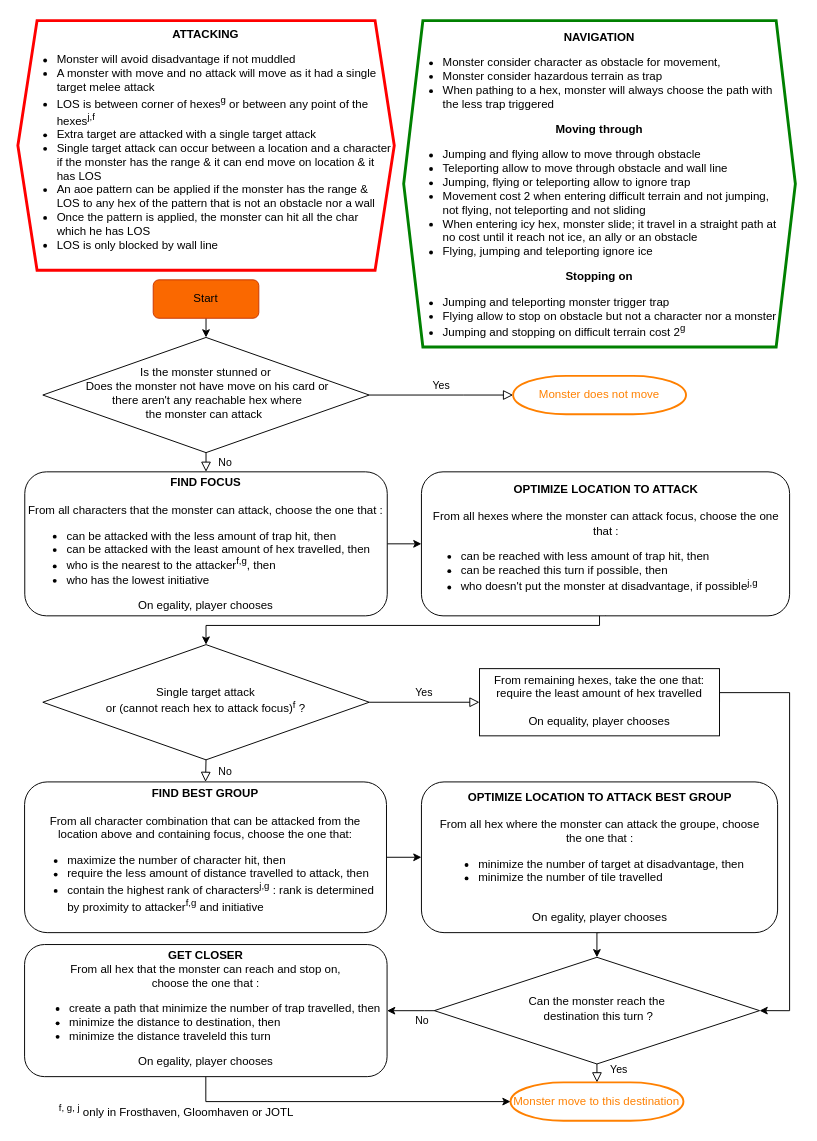
Above: GloomIA_Flowchart.drawio in Toucan4Life/gloom (draw.io), before the change. Source tidied: cells renumbered, new cells numbered last; positions are measured from the earlier drawing's top-left corner, leaving out a move shared by most shapes. Both pictures are drawn from the tidied source at 96%, with x=0, y=0 at pixel (17, 20).
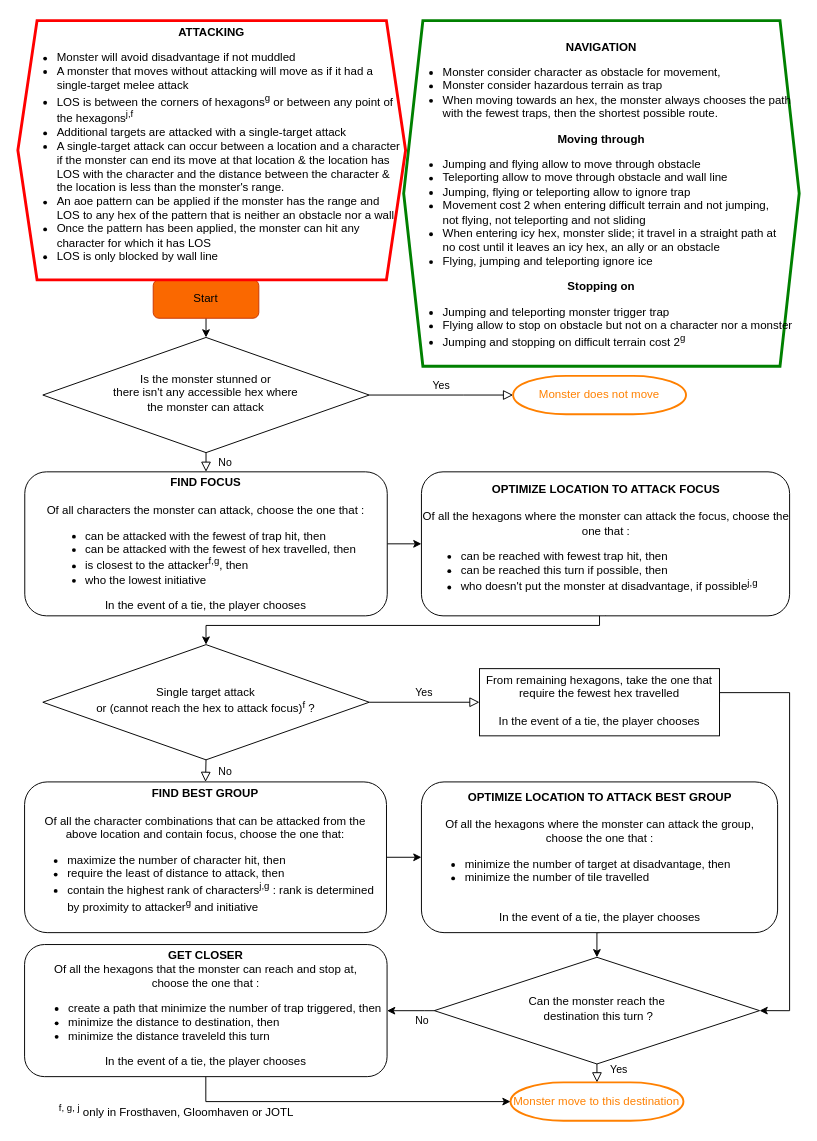
The same diagram, later.

Commit message (it also covers changes not shown here):
Updated image, fixed typo and grammar (mostly)

The edit, as a diff of the source:
```diff
@@
-    <mxCell id="6" value="&lt;div&gt;Is the monster stunned or&lt;/div&gt;&lt;div&gt;&amp;nbsp;Does the monster not have move on his card or&lt;/div&gt;&lt;div&gt;&amp;nbsp;there aren't any reachable hex where &lt;br&gt;&lt;/div&gt;&lt;div&gt;the monster can attack&amp;nbsp; &lt;/div&gt;" style="rhombus;whiteSpace=wrap;html=1;shadow=0;fontFamily=Helvetica;fontSize=12;align=center;strokeWidth=1;spacing=6;spacingTop=-4;" parent="1" vertex="1">
+    <mxCell id="6" value="&lt;div&gt;Is the monster stunned or&lt;/div&gt;&lt;div&gt;&lt;div&gt;there isn't any accessible hex where&lt;/div&gt;&lt;div&gt;the monster can attack&lt;/div&gt;&lt;/div&gt;" style="rhombus;whiteSpace=wrap;html=1;shadow=0;fontFamily=Helvetica;fontSize=12;align=center;strokeWidth=1;spacing=6;spacingTop=-4;" parent="1" vertex="1">
       <mxGeometry x="26.1" y="330" width="340" height="120" as="geometry" />
     </mxCell>
@@
-    <mxCell id="9" value="&lt;div&gt;&lt;b&gt;FIND FOCUS&lt;/b&gt;&lt;br&gt;&lt;/div&gt;&lt;div&gt;&lt;br&gt;&lt;/div&gt;&lt;div&gt;From all characters that the monster can attack, choose the one that : &lt;br&gt;&lt;/div&gt;&lt;div align=&quot;left&quot;&gt;&lt;ul&gt;&lt;li&gt;can be attacked with the less amount of trap hit, then&lt;/li&gt;&lt;li&gt;can be attacked with the least amount of hex travelled, then&lt;/li&gt;&lt;li&gt;who is the nearest to the attacker&lt;sup&gt;f,g&lt;/sup&gt;, then&lt;/li&gt;&lt;li&gt;who has the lowest initiative&lt;/li&gt;&lt;/ul&gt;&lt;/div&gt;&lt;div&gt;On egality, player chooses&lt;br&gt;&lt;/div&gt;" style="rounded=1;whiteSpace=wrap;html=1;fontSize=12;glass=0;strokeWidth=1;shadow=0;" parent="1" vertex="1">
+    <mxCell id="9" value="&lt;div&gt;&lt;b&gt;FIND FOCUS&lt;/b&gt;&lt;br&gt;&lt;/div&gt;&lt;div&gt;&lt;br&gt;&lt;/div&gt;&lt;div&gt;Of all characters the monster can attack, choose the one that : &lt;br&gt;&lt;/div&gt;&lt;div align=&quot;left&quot;&gt;&lt;ul&gt;&lt;li&gt;can be attacked with the fewest of trap hit, then&lt;/li&gt;&lt;li&gt;can be attacked with the fewest of hex travelled, then&lt;/li&gt;&lt;li&gt;is closest to the attacker&lt;sup&gt;f,g&lt;/sup&gt;, then&lt;/li&gt;&lt;li&gt;who the lowest initiative&lt;/li&gt;&lt;/ul&gt;&lt;/div&gt;&lt;div&gt;In the event of a tie, the player chooses&lt;br&gt;&lt;/div&gt;" style="rounded=1;whiteSpace=wrap;html=1;fontSize=12;glass=0;strokeWidth=1;shadow=0;" parent="1" vertex="1">
       <mxGeometry x="7.3" y="470" width="377.6" height="150" as="geometry" />
     </mxCell>
@@
-    <mxCell id="11" value="&lt;div&gt;&lt;b&gt;OPTIMIZE LOCATION TO ATTACK&lt;/b&gt;&lt;br&gt;&lt;/div&gt;&lt;div&gt;&lt;br&gt;&lt;/div&gt;&lt;div&gt;From all hexes where the monster can attack focus, choose the one that :&lt;/div&gt;&lt;div align=&quot;left&quot;&gt;&lt;ul&gt;&lt;li&gt;can be reached with less amount of trap hit, then&lt;/li&gt;&lt;li&gt;can be reached this turn if possible, then&lt;/li&gt;&lt;li&gt;who doesn't put the monster at disadvantage, if possible&lt;sup&gt;j,g&lt;/sup&gt;&lt;/li&gt;&lt;/ul&gt;&lt;/div&gt;" style="rounded=1;whiteSpace=wrap;html=1;fontSize=12;glass=0;strokeWidth=1;shadow=0;" parent="1" vertex="1">
+    <mxCell id="11" value="&lt;div&gt;&lt;b&gt;OPTIMIZE LOCATION TO ATTACK FOCUS&lt;/b&gt;&lt;br&gt;&lt;/div&gt;&lt;div&gt;&lt;br&gt;&lt;/div&gt;&lt;div&gt;Of all the hexagons where the monster can attack the focus, choose the one that :&lt;/div&gt;&lt;div align=&quot;left&quot;&gt;&lt;ul&gt;&lt;li&gt;can be reached with fewest trap hit, then&lt;/li&gt;&lt;li&gt;can be reached this turn if possible, then&lt;/li&gt;&lt;li&gt;who doesn't put the monster at disadvantage, if possible&lt;sup&gt;j,g&lt;/sup&gt;&lt;/li&gt;&lt;/ul&gt;&lt;/div&gt;" style="rounded=1;whiteSpace=wrap;html=1;fontSize=12;glass=0;strokeWidth=1;shadow=0;" parent="1" vertex="1">
       <mxGeometry x="420.5" y="470" width="383.5" height="150" as="geometry" />
     </mxCell>
-    <mxCell id="12" value="&lt;div&gt;Single target attack &lt;br&gt;&lt;/div&gt;&lt;div&gt;or (cannot reach hex to attack focus)&lt;sup&gt;f&lt;/sup&gt; ?&lt;/div&gt;" style="rhombus;whiteSpace=wrap;html=1;shadow=0;fontFamily=Helvetica;fontSize=12;align=center;strokeWidth=1;spacing=6;spacingTop=-4;" parent="1" vertex="1">
+    <mxCell id="12" value="&lt;div&gt;Single target attack &lt;br&gt;&lt;/div&gt;&lt;div&gt;or (cannot reach the hex to attack focus)&lt;sup&gt;f&lt;/sup&gt; ?&lt;/div&gt;" style="rhombus;whiteSpace=wrap;html=1;shadow=0;fontFamily=Helvetica;fontSize=12;align=center;strokeWidth=1;spacing=6;spacingTop=-4;" parent="1" vertex="1">
       <mxGeometry x="26.1" y="650" width="340" height="120" as="geometry" />
     </mxCell>
@@
-    <mxCell id="14" value="&lt;div&gt;From remaining hexes, take the one that:&lt;/div&gt;&lt;div&gt;require the least amount of hex travelled&lt;/div&gt;&lt;div&gt;&lt;br&gt;&lt;/div&gt;&lt;div&gt;&lt;div align=&quot;center&quot;&gt;On equality, player chooses&lt;/div&gt;&lt;/div&gt;" style="whiteSpace=wrap;html=1;shadow=0;strokeWidth=1;spacing=6;spacingTop=-4;" parent="1" vertex="1">
+    <mxCell id="14" value="&lt;div&gt;From remaining hexagons, take the one that&lt;/div&gt;&lt;div&gt;require the fewest hex travelled&lt;/div&gt;&lt;div&gt;&lt;br&gt;&lt;/div&gt;&lt;div&gt;&lt;div align=&quot;center&quot;&gt;In the event of a tie, the player chooses&lt;br&gt;&lt;/div&gt;&lt;/div&gt;" style="whiteSpace=wrap;html=1;shadow=0;strokeWidth=1;spacing=6;spacingTop=-4;" parent="1" vertex="1">
       <mxGeometry x="481" y="675" width="250" height="70" as="geometry" />
     </mxCell>
@@
-    <mxCell id="16" value="&lt;div&gt;&lt;b&gt;FIND BEST GROUP&lt;/b&gt;&lt;br&gt;&lt;/div&gt;&lt;div&gt;&lt;br&gt;&lt;/div&gt;&lt;div&gt;From all character combination that can be attacked from the &lt;br&gt;&lt;/div&gt;&lt;div&gt;location above and containing focus, choose the one that:&lt;/div&gt;&lt;div align=&quot;left&quot;&gt;&lt;ul&gt;&lt;li&gt;maximize the number of character hit, then&lt;/li&gt;&lt;li&gt;require the less amount of distance travelled to attack, then&lt;/li&gt;&lt;li&gt;contain the highest rank of characters&lt;sup&gt;j,g&lt;/sup&gt; : rank is determined by proximity to attacker&lt;sup&gt;f,g&lt;/sup&gt; and initiative&lt;/li&gt;&lt;/ul&gt;&lt;/div&gt;" style="whiteSpace=wrap;html=1;shadow=0;strokeWidth=1;spacing=6;spacingTop=-4;rounded=1;" parent="1" vertex="1">
+    <mxCell id="16" value="&lt;div&gt;&lt;b&gt;FIND BEST GROUP&lt;/b&gt;&lt;br&gt;&lt;/div&gt;&lt;div&gt;&lt;br&gt;&lt;/div&gt;&lt;div&gt;Of all the character combinations that can be attacked from the above&amp;nbsp;&lt;span style=&quot;background-color: initial;&quot;&gt;location and contain focus, choose the one that:&lt;/span&gt;&lt;/div&gt;&lt;div align=&quot;left&quot;&gt;&lt;ul&gt;&lt;li&gt;maximize the number of character hit, then&lt;/li&gt;&lt;li&gt;require the least of distance to attack, then&lt;/li&gt;&lt;li&gt;contain the highest rank of characters&lt;sup&gt;j,g&lt;/sup&gt; : rank is determined by proximity to attacker&lt;sup&gt;g&lt;/sup&gt; and initiative&lt;/li&gt;&lt;/ul&gt;&lt;/div&gt;" style="whiteSpace=wrap;html=1;shadow=0;strokeWidth=1;spacing=6;spacingTop=-4;rounded=1;" parent="1" vertex="1">
       <mxGeometry x="7.1" y="793" width="377" height="157" as="geometry" />
     </mxCell>
@@
-    <mxCell id="18" value="&lt;div&gt;&lt;br&gt;&lt;/div&gt;&lt;div&gt;&lt;b&gt;OPTIMIZE LOCATION TO ATTACK BEST GROUP&lt;/b&gt;&lt;br&gt;&lt;/div&gt;&lt;div&gt;&lt;br&gt;&lt;/div&gt;&lt;div&gt;&lt;div&gt;From all hex where the monster can attack the groupe, choose &lt;br&gt;&lt;/div&gt;&lt;div&gt;the one that :&lt;/div&gt;&lt;/div&gt;&lt;div align=&quot;left&quot;&gt;&lt;ul&gt;&lt;li&gt;minimize the number of target at disadvantage, then&lt;/li&gt;&lt;li&gt;minimize the number of tile travelled&lt;/li&gt;&lt;/ul&gt;&lt;/div&gt;&lt;blockquote&gt;&lt;div align=&quot;left&quot;&gt;&lt;br&gt;&lt;/div&gt;&lt;div align=&quot;center&quot;&gt;On egality, player chooses&lt;/div&gt;&lt;/blockquote&gt;" style="whiteSpace=wrap;html=1;shadow=0;strokeWidth=1;spacing=6;spacingTop=-4;rounded=1;" parent="1" vertex="1">
+    <mxCell id="18" value="&lt;div&gt;&lt;br&gt;&lt;/div&gt;&lt;div&gt;&lt;b&gt;OPTIMIZE LOCATION TO ATTACK BEST GROUP&lt;/b&gt;&lt;br&gt;&lt;/div&gt;&lt;div&gt;&lt;br&gt;&lt;/div&gt;&lt;div&gt;&lt;div&gt;Of all the hexagons where the monster can attack the group, choose&amp;nbsp;&lt;span style=&quot;background-color: initial;&quot;&gt;the one that :&lt;/span&gt;&lt;/div&gt;&lt;/div&gt;&lt;div align=&quot;left&quot;&gt;&lt;ul&gt;&lt;li&gt;minimize the number of target at disadvantage, then&lt;/li&gt;&lt;li&gt;minimize the number of tile travelled&lt;/li&gt;&lt;/ul&gt;&lt;/div&gt;&lt;blockquote&gt;&lt;div align=&quot;left&quot;&gt;&lt;br&gt;&lt;/div&gt;&lt;div align=&quot;center&quot;&gt;In the event of a tie, the player chooses&lt;br&gt;&lt;/div&gt;&lt;/blockquote&gt;" style="whiteSpace=wrap;html=1;shadow=0;strokeWidth=1;spacing=6;spacingTop=-4;rounded=1;" parent="1" vertex="1">
       <mxGeometry x="420.5" y="793" width="371" height="157" as="geometry" />
     </mxCell>
@@
-    <mxCell id="24" value="&lt;b&gt;GET CLOSER&lt;/b&gt;&lt;div&gt;From all hex that the monster can reach and stop on, &lt;br&gt;&lt;/div&gt;&lt;div&gt;choose the one that :&lt;/div&gt;&lt;div align=&quot;left&quot;&gt;&lt;ul&gt;&lt;li&gt;create a path that minimize the number of trap travelled, then&lt;/li&gt;&lt;li&gt;minimize the distance to destination, then&lt;/li&gt;&lt;li&gt;minimize the distance traveleld this turn&lt;/li&gt;&lt;/ul&gt;&lt;/div&gt;&lt;div&gt;On egality, player chooses&lt;/div&gt;" style="whiteSpace=wrap;html=1;shadow=0;strokeWidth=1;spacing=6;spacingTop=-4;rounded=1;" parent="1" vertex="1">
+    <mxCell id="24" value="&lt;b&gt;GET CLOSER&lt;/b&gt;&lt;div&gt;Of all the hexagons that the monster can reach and stop at, &lt;br&gt;&lt;/div&gt;&lt;div&gt;choose the one that :&lt;/div&gt;&lt;div align=&quot;left&quot;&gt;&lt;ul&gt;&lt;li&gt;create a path that minimize the number of trap triggered, then&lt;/li&gt;&lt;li&gt;minimize the distance to destination, then&lt;/li&gt;&lt;li&gt;minimize the distance traveleld this turn&lt;/li&gt;&lt;/ul&gt;&lt;/div&gt;&lt;div&gt;In the event of a tie, the player chooses&lt;br&gt;&lt;/div&gt;" style="whiteSpace=wrap;html=1;shadow=0;strokeWidth=1;spacing=6;spacingTop=-4;rounded=1;" parent="1" vertex="1">
       <mxGeometry x="7.1" y="962.4" width="377.6" height="137.6" as="geometry" />
     </mxCell>
@@
-    <mxCell id="28" value="&lt;br&gt;&lt;div&gt;&lt;b&gt;NAVIGATION&lt;/b&gt;&lt;/div&gt;&lt;div align=&quot;left&quot;&gt;&lt;ul&gt;&lt;li&gt;Monster consider character as obstacle for movement,&lt;/li&gt;&lt;li&gt;Monster consider hazardous terrain as trap&lt;/li&gt;&lt;li&gt;When pathing to a hex, monster will always choose the path with&amp;nbsp;&amp;nbsp;&amp;nbsp;&amp;nbsp; the less trap triggered&lt;/li&gt;&lt;/ul&gt;&lt;/div&gt;&lt;div&gt;&lt;b&gt;Moving through&lt;/b&gt;&lt;div&gt;&lt;div align=&quot;left&quot;&gt;&lt;ul&gt;&lt;li&gt;Jumping and flying allow to move through obstacle&lt;/li&gt;&lt;li&gt;Teleporting allow to move through obstacle and wall line&lt;/li&gt;&lt;li&gt;Jumping, flying or teleporting allow to ignore trap&lt;/li&gt;&lt;li&gt;Movement cost 2 when entering difficult terrain and not jumping,&amp;nbsp;&amp;nbsp;&amp;nbsp;&amp;nbsp;&amp;nbsp;&amp;nbsp; not flying, not teleporting and not sliding&lt;/li&gt;&lt;li&gt;When entering icy hex, monster slide; it travel in a straight path at&amp;nbsp;&amp;nbsp; &amp;nbsp; no cost until it reach not ice, an ally or an obstacle&lt;/li&gt;&lt;li&gt;Flying, jumping and teleporting ignore ice&lt;/li&gt;&lt;/ul&gt;&lt;/div&gt;&lt;div&gt;&lt;div align=&quot;center&quot;&gt;&lt;b&gt;Stopping on&lt;/b&gt;&lt;/div&gt;&lt;div align=&quot;left&quot;&gt;&lt;ul&gt;&lt;li&gt;Jumping and teleporting monster trigger trap&lt;/li&gt;&lt;li&gt;Flying allow to stop on obstacle but not a character nor a monster&lt;br&gt;&lt;/li&gt;&lt;li&gt;Jumping and stopping on difficult terrain cost 2&lt;sup&gt;g&lt;/sup&gt;&lt;/li&gt;&lt;/ul&gt;&lt;/div&gt;&lt;/div&gt;&lt;/div&gt;&lt;/div&gt;" style="shape=hexagon;perimeter=hexagonPerimeter2;whiteSpace=wrap;html=1;fixedSize=1;strokeColor=#008000;strokeWidth=3;" parent="1" vertex="1">
-      <mxGeometry x="402" width="408" height="340" as="geometry" />
+    <mxCell id="28" value="&lt;br&gt;&lt;div&gt;&lt;b&gt;NAVIGATION&lt;/b&gt;&lt;/div&gt;&lt;div align=&quot;left&quot;&gt;&lt;ul&gt;&lt;li&gt;Monster consider character as obstacle for movement,&lt;/li&gt;&lt;li&gt;Monster consider hazardous terrain as trap&lt;/li&gt;&lt;li&gt;When moving towards an hex, the monster always chooses the path with the fewest traps, then the shortest possible route.&lt;/li&gt;&lt;/ul&gt;&lt;/div&gt;&lt;div&gt;&lt;b&gt;Moving through&lt;/b&gt;&lt;div&gt;&lt;div align=&quot;left&quot;&gt;&lt;ul&gt;&lt;li&gt;Jumping and flying allow to move through obstacle&lt;/li&gt;&lt;li&gt;Teleporting allow to move through obstacle and wall line&lt;/li&gt;&lt;li&gt;Jumping, flying or teleporting allow to ignore trap&lt;/li&gt;&lt;li&gt;Movement cost 2 when entering difficult terrain and not jumping,&amp;nbsp;&amp;nbsp;&amp;nbsp;&amp;nbsp;&amp;nbsp;&amp;nbsp; not flying, not teleporting and not sliding&lt;/li&gt;&lt;li&gt;When entering icy hex, monster slide; it travel in a straight path at&amp;nbsp;&amp;nbsp; &amp;nbsp; no cost until it leaves an icy hex, an ally or an obstacle&lt;/li&gt;&lt;li&gt;Flying, jumping and teleporting ignore ice&lt;/li&gt;&lt;/ul&gt;&lt;/div&gt;&lt;div&gt;&lt;div align=&quot;center&quot;&gt;&lt;b&gt;Stopping on&lt;/b&gt;&lt;/div&gt;&lt;div align=&quot;left&quot;&gt;&lt;ul&gt;&lt;li&gt;Jumping and teleporting monster trigger trap&lt;/li&gt;&lt;li&gt;Flying allow to stop on obstacle but not on a character nor a monster&lt;br&gt;&lt;/li&gt;&lt;li&gt;Jumping and stopping on difficult terrain cost 2&lt;sup&gt;g&lt;/sup&gt;&lt;/li&gt;&lt;/ul&gt;&lt;/div&gt;&lt;/div&gt;&lt;/div&gt;&lt;/div&gt;" style="shape=hexagon;perimeter=hexagonPerimeter2;whiteSpace=wrap;html=1;fixedSize=1;strokeColor=#008000;strokeWidth=3;" parent="1" vertex="1">
+      <mxGeometry x="402" width="412" height="360" as="geometry" />
     </mxCell>
-    <mxCell id="29" value="&lt;div&gt;&lt;b&gt;ATTACKING&lt;/b&gt;&lt;/div&gt;&lt;div align=&quot;left&quot;&gt;&lt;ul&gt;&lt;li&gt;&lt;div&gt;Monster will avoid disadvantage if not muddled&lt;/div&gt;&lt;/li&gt;&lt;li&gt;&lt;div&gt;A monster with move and no attack will move as it had a single target melee attack&lt;/div&gt;&lt;/li&gt;&lt;li&gt;&lt;div&gt;LOS is between corner of hexes&lt;sup&gt;g&lt;/sup&gt; or between any point of the hexes&lt;sup&gt;j,f&lt;/sup&gt;&lt;/div&gt;&lt;/li&gt;&lt;li&gt;Extra target are attacked with a single target attack&lt;/li&gt;&lt;li&gt;Single target attack can occur between a location and a character if the monster has the range &amp;amp; it can end move on location &amp;amp; it has LOS&lt;/li&gt;&lt;li&gt;An aoe pattern can be applied if the monster has the range &amp;amp;&amp;nbsp;&amp;nbsp;&amp;nbsp; LOS to any hex of the pattern that is not an obstacle nor a wall&lt;/li&gt;&lt;li&gt;Once the pattern is applied, the monster can hit all the char&amp;nbsp;&amp;nbsp;&amp;nbsp;&amp;nbsp; which he has LOS&lt;/li&gt;&lt;li&gt;LOS is only blocked by wall line&lt;/li&gt;&lt;/ul&gt;&lt;/div&gt;" style="shape=hexagon;perimeter=hexagonPerimeter2;whiteSpace=wrap;html=1;fixedSize=1;strokeColor=#ff0000;strokeWidth=3;" parent="1" vertex="1">
-      <mxGeometry x="0.1" width="392.1" height="260" as="geometry" />
+    <mxCell id="29" value="&lt;div&gt;&lt;b&gt;ATTACKING&lt;/b&gt;&lt;/div&gt;&lt;div align=&quot;left&quot;&gt;&lt;ul&gt;&lt;li&gt;&lt;div&gt;Monster will avoid disadvantage if not muddled&lt;/div&gt;&lt;/li&gt;&lt;li&gt;&lt;div&gt;A monster that moves without attacking will move as if it had a single-target melee attack&lt;/div&gt;&lt;/li&gt;&lt;li&gt;&lt;div&gt;LOS is between the corners of hexagons&lt;sup&gt;g&lt;/sup&gt; or between any point of the hexagons&lt;sup&gt;j,f&lt;/sup&gt;&lt;/div&gt;&lt;/li&gt;&lt;li&gt;Additional targets are attacked with a single-target attack&lt;/li&gt;&lt;li&gt;A single-target attack can occur between a location and a character if the monster can end its move at that location &amp;amp; the location has LOS with the character and the distance between the character &amp;amp; the location is less than the monster's range.&lt;/li&gt;&lt;li&gt;An aoe pattern can be applied if the monster has the range and&amp;nbsp; &amp;nbsp; LOS to any hex of the pattern that is neither an obstacle nor a wall&lt;/li&gt;&lt;li&gt;Once the pattern has been applied, the monster can hit any character for which it has LOS&lt;/li&gt;&lt;li&gt;LOS is only blocked by wall line&lt;/li&gt;&lt;/ul&gt;&lt;/div&gt;" style="shape=hexagon;perimeter=hexagonPerimeter2;whiteSpace=wrap;html=1;fixedSize=1;strokeColor=#ff0000;strokeWidth=3;" parent="1" vertex="1">
+      <mxGeometry x="0.1" width="403.9" height="270" as="geometry" />
     </mxCell>
```
